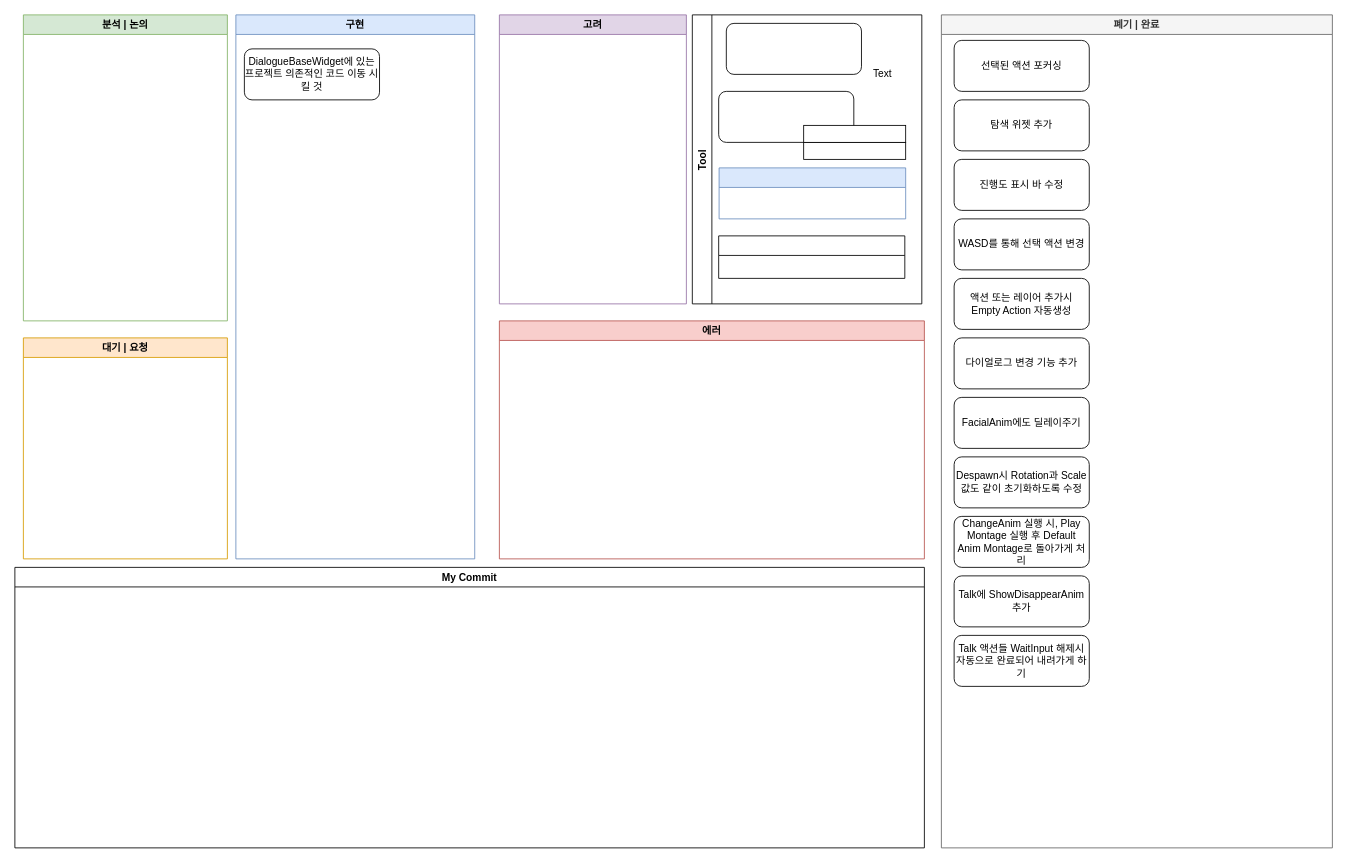
Earlier version of the draw.io diagram 다이얼로그 툴 진행상황.drawio (Endorr/Job-Board). Source tidied: cells renumbered, new cells numbered last; positions are measured from the earlier drawing's top-left corner, leaving out a move shared by most shapes. Both pictures are drawn from the tidied source at 85%, with x=0, y=0 at pixel (14, 14).
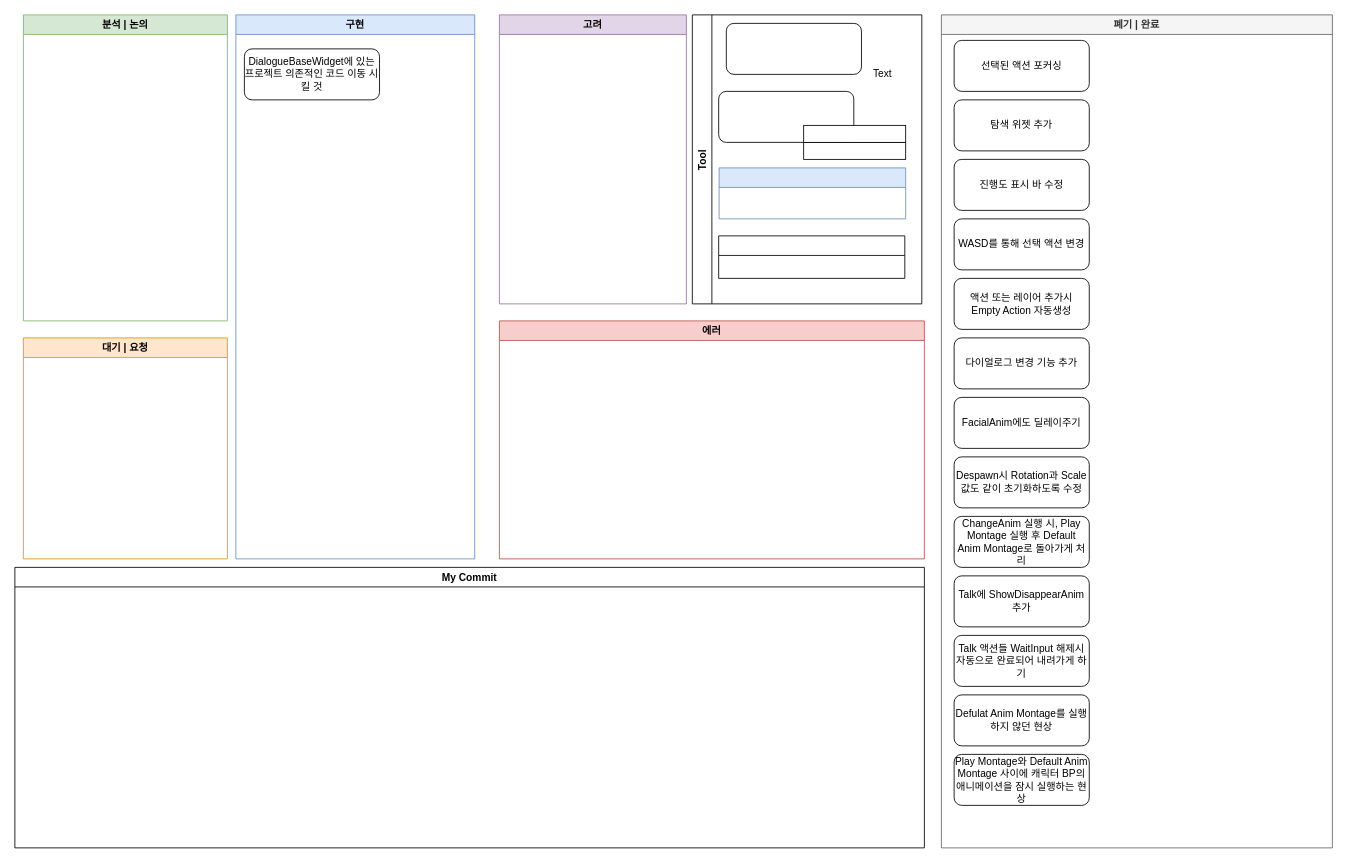
After the change.

Commit message:
Update 다이얼로그 툴 진행상황.drawio

The change refers to these unchanged cells:
```xml
<mxCell id="8" value="폐기 | 완료" style="swimlane;strokeColor=#666666;fillColor=#f5f5f5;fontColor=#333333;" parent="1" vertex="1">
  <mxGeometry x="1090" width="460" height="980" as="geometry" />
</mxCell>
```

What changed in the source:
```diff
@@
+    <mxCell id="30" value="Defulat Anim Montage를 실행하지 않던 현상" style="rounded=1;whiteSpace=wrap;html=1;" parent="8" vertex="1">
+      <mxGeometry x="15" y="800" width="159" height="60" as="geometry" />
+    </mxCell>
+    <mxCell id="31" value="Play Montage와 Default Anim Montage 사이에 캐릭터 BP의 애니메이션을 잠시 실행하는 현상" style="rounded=1;whiteSpace=wrap;html=1;" parent="8" vertex="1">
+      <mxGeometry x="15" y="870" width="159" height="60" as="geometry" />
+    </mxCell>
```
